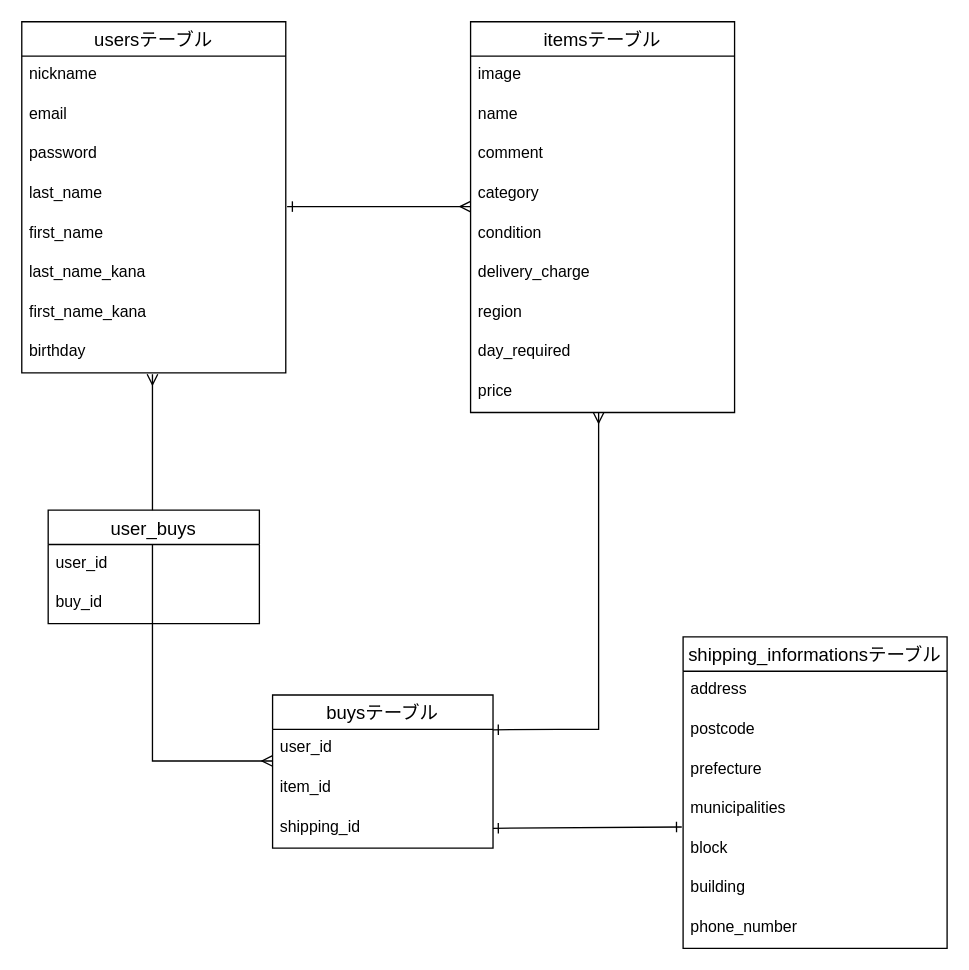
This is furima39982.dio from kuwabara0314/furima-39982, a draw.io file, before an edit. Source tidied: cells renumbered, new cells numbered last; positions are measured from the earlier drawing's top-left corner, leaving out a move shared by most shapes. Both pictures are drawn from the tidied source at 132%, with x=0, y=0 at pixel (21, 21).
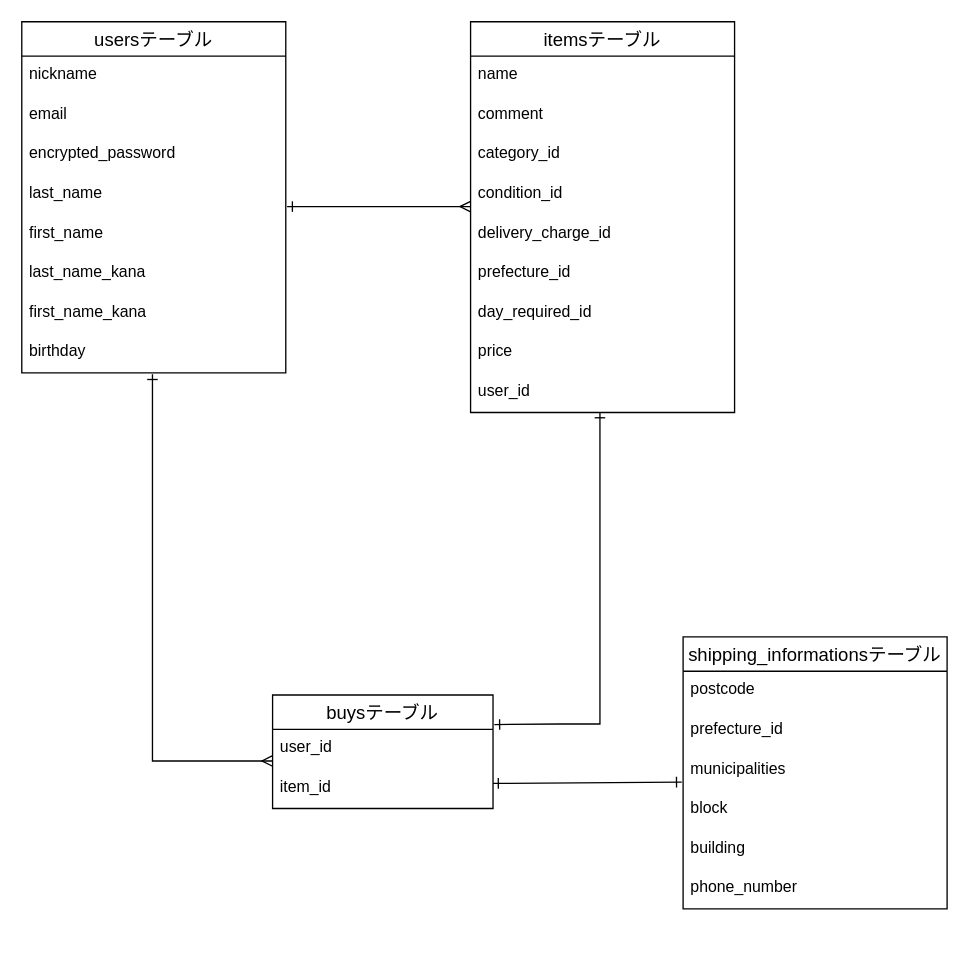
After the change.

Commit message (it also covers changes not shown here):
ER図作成※修正

The change refers to these unchanged cells:
```xml
<mxCell id="2" value="usersテーブル" style="swimlane;fontStyle=0;horizontal=1;startSize=26;align=center;fontSize=14;" parent="1" vertex="1">
  <mxGeometry width="200" height="266" as="geometry" />
</mxCell>
<mxCell id="11" value="itemsテーブル" style="swimlane;fontStyle=0;horizontal=1;startSize=26;align=center;fontSize=14;" parent="1" vertex="1">
  <mxGeometry x="340" width="200" height="296" as="geometry" />
</mxCell>
```

What changed in the source:
```diff
@@
-    <mxCell id="5" value="password" style="text;strokeColor=none;fillColor=none;spacingLeft=4;spacingRight=4;overflow=hidden;fontSize=12;" parent="2" vertex="1">
+    <mxCell id="5" value="encrypted_password" style="text;strokeColor=none;fillColor=none;spacingLeft=4;spacingRight=4;overflow=hidden;fontSize=12;" parent="2" vertex="1">
       <mxGeometry y="86" width="200" height="30" as="geometry" />
     </mxCell>
@@
-    <mxCell id="12" value="image" style="text;strokeColor=none;fillColor=none;spacingLeft=4;spacingRight=4;overflow=hidden;fontSize=12;" parent="11" vertex="1">
-      <mxGeometry y="26" width="200" height="30" as="geometry" />
-    </mxCell>
     <mxCell id="13" value="name" style="text;strokeColor=none;fillColor=none;spacingLeft=4;spacingRight=4;overflow=hidden;fontSize=12;" parent="11" vertex="1">
-      <mxGeometry y="56" width="200" height="30" as="geometry" />
+      <mxGeometry y="26" width="200" height="30" as="geometry" />
     </mxCell>
     <mxCell id="14" value="comment" style="text;strokeColor=none;fillColor=none;spacingLeft=4;spacingRight=4;overflow=hidden;fontSize=12;" parent="11" vertex="1">
-      <mxGeometry y="86" width="200" height="30" as="geometry" />
+      <mxGeometry y="56" width="200" height="30" as="geometry" />
     </mxCell>
-    <mxCell id="15" value="category" style="text;strokeColor=none;fillColor=none;spacingLeft=4;spacingRight=4;overflow=hidden;fontSize=12;" parent="11" vertex="1">
-      <mxGeometry y="116" width="200" height="30" as="geometry" />
+    <mxCell id="15" value="category_id" style="text;strokeColor=none;fillColor=none;spacingLeft=4;spacingRight=4;overflow=hidden;fontSize=12;" parent="11" vertex="1">
+      <mxGeometry y="86" width="200" height="30" as="geometry" />
     </mxCell>
-    <mxCell id="16" value="condition" style="text;strokeColor=none;fillColor=none;spacingLeft=4;spacingRight=4;overflow=hidden;fontSize=12;" parent="11" vertex="1">
-      <mxGeometry y="146" width="200" height="30" as="geometry" />
+    <mxCell id="16" value="condition_id" style="text;strokeColor=none;fillColor=none;spacingLeft=4;spacingRight=4;overflow=hidden;fontSize=12;" parent="11" vertex="1">
+      <mxGeometry y="116" width="200" height="30" as="geometry" />
     </mxCell>
-    <mxCell id="17" value="delivery_charge" style="text;strokeColor=none;fillColor=none;spacingLeft=4;spacingRight=4;overflow=hidden;fontSize=12;" parent="11" vertex="1">
-      <mxGeometry y="176" width="200" height="30" as="geometry" />
+    <mxCell id="17" value="delivery_charge_id" style="text;strokeColor=none;fillColor=none;spacingLeft=4;spacingRight=4;overflow=hidden;fontSize=12;" parent="11" vertex="1">
+      <mxGeometry y="146" width="200" height="30" as="geometry" />
     </mxCell>
-    <mxCell id="18" value="region" style="text;strokeColor=none;fillColor=none;spacingLeft=4;spacingRight=4;overflow=hidden;fontSize=12;" parent="11" vertex="1">
-      <mxGeometry y="206" width="200" height="30" as="geometry" />
+    <mxCell id="18" value="prefecture_id" style="text;strokeColor=none;fillColor=none;spacingLeft=4;spacingRight=4;overflow=hidden;fontSize=12;" parent="11" vertex="1">
+      <mxGeometry y="176" width="200" height="30" as="geometry" />
     </mxCell>
-    <mxCell id="19" value="day_required" style="text;strokeColor=none;fillColor=none;spacingLeft=4;spacingRight=4;overflow=hidden;fontSize=12;" parent="11" vertex="1">
-      <mxGeometry y="236" width="200" height="30" as="geometry" />
+    <mxCell id="19" value="day_required_id" style="text;strokeColor=none;fillColor=none;spacingLeft=4;spacingRight=4;overflow=hidden;fontSize=12;" parent="11" vertex="1">
+      <mxGeometry y="206" width="200" height="30" as="geometry" />
     </mxCell>
     <mxCell id="20" value="price" style="text;strokeColor=none;fillColor=none;spacingLeft=4;spacingRight=4;overflow=hidden;fontSize=12;" parent="11" vertex="1">
-      <mxGeometry y="266" width="200" height="30" as="geometry" />
+      <mxGeometry y="236" width="200" height="30" as="geometry" />
     </mxCell>
+    <mxCell id="38" value="user_id" style="text;strokeColor=none;fillColor=none;spacingLeft=4;spacingRight=4;overflow=hidden;fontSize=12;" parent="11" vertex="1">
+      <mxGeometry y="266" width="200" height="30" as="geometry" />
+    </mxCell>
@@
     <mxCell id="22" value="buysテーブル" style="swimlane;fontStyle=0;horizontal=1;startSize=26;align=center;fontSize=14;" parent="1" vertex="1">
-      <mxGeometry x="190" y="510" width="167" height="116" as="geometry" />
+      <mxGeometry x="190" y="510" width="167" height="86" as="geometry" />
     </mxCell>
@@
-    <mxCell id="25" value="shipping_id" style="text;strokeColor=none;fillColor=none;spacingLeft=4;spacingRight=4;overflow=hidden;points=[[0,0.5],[1,0.5]];portConstraint=eastwest;fontSize=12;" parent="22" vertex="1">
-      <mxGeometry y="86" width="167" height="30" as="geometry" />
-    </mxCell>
-    <mxCell id="26" style="endArrow=ERmany;html=1;rounded=0;endFill=0;startArrow=ERmany;startFill=0;" parent="1" edge="1">
+    <mxCell id="26" style="endArrow=ERmany;html=1;rounded=0;endFill=0;startArrow=ERone;startFill=0;" parent="1" edge="1">
       <mxGeometry relative="1" as="geometry">
         <mxPoint x="99" y="267" as="sourcePoint" />
         <mxPoint x="190" y="560" as="targetPoint" />
         <Array as="points">
           <mxPoint x="99" y="480" />
           <mxPoint x="99" y="560" />
         </Array>
       </mxGeometry>
     </mxCell>
-    <mxCell id="27" style="endArrow=ERone;html=1;rounded=0;startArrow=ERmany;startFill=0;endFill=0;entryX=1.018;entryY=-0.021;entryDx=0;entryDy=0;entryPerimeter=0;" parent="1" edge="1">
+    <mxCell id="27" style="endArrow=ERone;html=1;rounded=0;startArrow=ERone;startFill=0;endFill=0;entryX=1.018;entryY=-0.021;entryDx=0;entryDy=0;entryPerimeter=0;" parent="1" edge="1">
       <mxGeometry relative="1" as="geometry">
-        <mxPoint x="437" y="296" as="sourcePoint" />
-        <mxPoint x="357" y="536.4" as="targetPoint" />
+        <mxPoint x="438" y="296" as="sourcePoint" />
+        <mxPoint x="358" y="532.4" as="targetPoint" />
         <Array as="points">
-          <mxPoint x="437" y="536" />
-          <mxPoint x="407" y="536" />
+          <mxPoint x="438" y="532" />
+          <mxPoint x="408" y="532" />
         </Array>
       </mxGeometry>
     </mxCell>
-    <mxCell id="28" style="edgeStyle=none;html=1;startArrow=ERone;startFill=0;endArrow=ERone;endFill=0;exitX=1;exitY=0.5;exitDx=0;exitDy=0;" parent="1" edge="1" source="25">
+    <mxCell id="28" style="edgeStyle=none;html=1;startArrow=ERone;startFill=0;endArrow=ERone;endFill=0;exitX=1;exitY=0.5;exitDx=0;exitDy=0;" parent="1" edge="1">
       <mxGeometry relative="1" as="geometry">
-        <mxPoint x="500" y="610" as="targetPoint" />
+        <mxPoint x="357" y="577" as="sourcePoint" />
+        <mxPoint x="500" y="576" as="targetPoint" />
       </mxGeometry>
     </mxCell>
     <mxCell id="29" value="shipping_informationsテーブル" style="swimlane;fontStyle=0;horizontal=1;startSize=26;align=center;fontSize=14;" parent="1" vertex="1">
-      <mxGeometry x="501" y="466" width="200" height="236" as="geometry" />
+      <mxGeometry x="501" y="466" width="200" height="206" as="geometry" />
     </mxCell>
-    <mxCell id="30" value="address" style="text;strokeColor=none;fillColor=none;spacingLeft=4;spacingRight=4;overflow=hidden;fontSize=12;" parent="29" vertex="1">
-      <mxGeometry y="26" width="200" height="30" as="geometry" />
-    </mxCell>
     <mxCell id="31" value="postcode" style="text;strokeColor=none;fillColor=none;spacingLeft=4;spacingRight=4;overflow=hidden;fontSize=12;" parent="29" vertex="1">
-      <mxGeometry y="56" width="200" height="30" as="geometry" />
+      <mxGeometry y="26" width="200" height="30" as="geometry" />
     </mxCell>
-    <mxCell id="32" value="prefecture" style="text;strokeColor=none;fillColor=none;spacingLeft=4;spacingRight=4;overflow=hidden;fontSize=12;" parent="29" vertex="1">
-      <mxGeometry y="86" width="200" height="30" as="geometry" />
+    <mxCell id="32" value="prefecture_id" style="text;strokeColor=none;fillColor=none;spacingLeft=4;spacingRight=4;overflow=hidden;fontSize=12;" parent="29" vertex="1">
+      <mxGeometry y="56" width="200" height="30" as="geometry" />
     </mxCell>
     <mxCell id="33" value="municipalities" style="text;strokeColor=none;fillColor=none;spacingLeft=4;spacingRight=4;overflow=hidden;fontSize=12;" parent="29" vertex="1">
-      <mxGeometry y="116" width="200" height="30" as="geometry" />
+      <mxGeometry y="86" width="200" height="30" as="geometry" />
     </mxCell>
     <mxCell id="34" value="block" style="text;strokeColor=none;fillColor=none;spacingLeft=4;spacingRight=4;overflow=hidden;fontSize=12;" parent="29" vertex="1">
-      <mxGeometry y="146" width="200" height="30" as="geometry" />
+      <mxGeometry y="116" width="200" height="30" as="geometry" />
     </mxCell>
     <mxCell id="35" value="building" style="text;strokeColor=none;fillColor=none;spacingLeft=4;spacingRight=4;overflow=hidden;fontSize=12;" parent="29" vertex="1">
-      <mxGeometry y="176" width="200" height="30" as="geometry" />
+      <mxGeometry y="146" width="200" height="30" as="geometry" />
     </mxCell>
     <mxCell id="36" value="phone_number" style="text;strokeColor=none;fillColor=none;spacingLeft=4;spacingRight=4;overflow=hidden;fontSize=12;" parent="29" vertex="1">
-      <mxGeometry y="206" width="200" height="30" as="geometry" />
+      <mxGeometry y="176" width="200" height="30" as="geometry" />
     </mxCell>
-    <mxCell id="37" value="user_buys" style="swimlane;fontStyle=0;horizontal=1;startSize=26;align=center;fontSize=14;" parent="1" vertex="1">
-      <mxGeometry x="20" y="370" width="160" height="86" as="geometry" />
-    </mxCell>
-    <mxCell id="38" value="user_id" style="text;strokeColor=none;fillColor=none;spacingLeft=4;spacingRight=4;overflow=hidden;fontSize=12;" parent="37" vertex="1">
-      <mxGeometry y="26" width="160" height="30" as="geometry" />
-    </mxCell>
-    <mxCell id="39" value="buy_id" style="text;strokeColor=none;fillColor=none;spacingLeft=4;spacingRight=4;overflow=hidden;fontSize=12;" parent="37" vertex="1">
-      <mxGeometry y="56" width="160" height="30" as="geometry" />
-    </mxCell>
```
